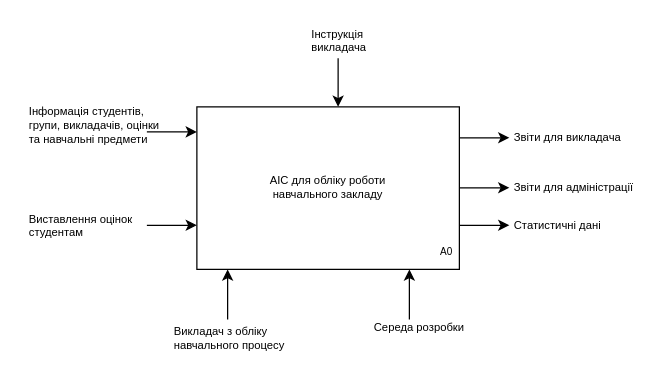
Before: docs/Diagram SADT-0.drawio in MikeostCorp/Gradify, a draw.io diagram. Source tidied: cells renumbered, new cells numbered last; positions are measured from the earlier drawing's top-left corner, leaving out a move shared by most shapes. Both pictures are drawn from the tidied source at 125%, with x=0, y=0 at pixel (26, 21).
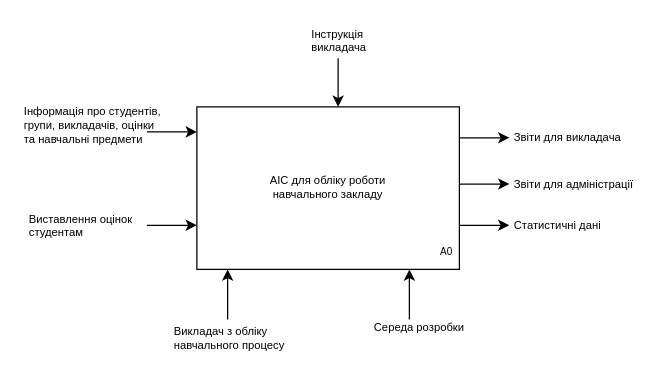
Above is the later version.

What changed in the source:
```diff
@@
-    <mxCell id="9" value="&lt;div style=&quot;&quot;&gt;Інформація студентів, групи, викладачів, оцінки та навчальні предмети&lt;/div&gt;" style="text;strokeColor=none;fillColor=none;align=left;verticalAlign=middle;whiteSpace=wrap;rounded=0;shadow=0;fontStyle=0;html=1;fontSize=9;spacingTop=0;" parent="1" vertex="1">
-      <mxGeometry y="68" width="110" height="30" as="geometry" />
+    <mxCell id="9" value="&lt;div style=&quot;&quot;&gt;Інформація про студентів, групи, викладачів, оцінки та навчальні предмети&lt;/div&gt;" style="text;strokeColor=none;fillColor=none;align=left;verticalAlign=middle;whiteSpace=wrap;rounded=0;shadow=0;fontStyle=0;html=1;fontSize=9;spacingTop=0;" parent="1" vertex="1">
+      <mxGeometry x="-4" y="68" width="114" height="30" as="geometry" />
     </mxCell>
@@
     <mxCell id="19" style="endArrow=classic;html=1;rounded=0;entryX=0;entryY=1;entryDx=0;entryDy=0;" parent="1" edge="1">
       <mxGeometry relative="1" as="geometry">
-        <mxPoint x="346" y="132.7" as="sourcePoint" />
-        <mxPoint x="386" y="132.7" as="targetPoint" />
+        <mxPoint x="346" y="129.7" as="sourcePoint" />
+        <mxPoint x="386" y="129.7" as="targetPoint" />
       </mxGeometry>
     </mxCell>
     <mxCell id="20" value="&lt;div style=&quot;&quot;&gt;Звіти для адміністрації&lt;br&gt;&lt;/div&gt;" style="text;strokeColor=none;fillColor=none;align=left;verticalAlign=middle;whiteSpace=wrap;rounded=0;shadow=0;fontStyle=0;html=1;fontSize=9;spacingTop=0;" parent="1" vertex="1">
-      <mxGeometry x="388" y="118" width="110" height="30" as="geometry" />
+      <mxGeometry x="388" y="115" width="110" height="30" as="geometry" />
     </mxCell>
```
